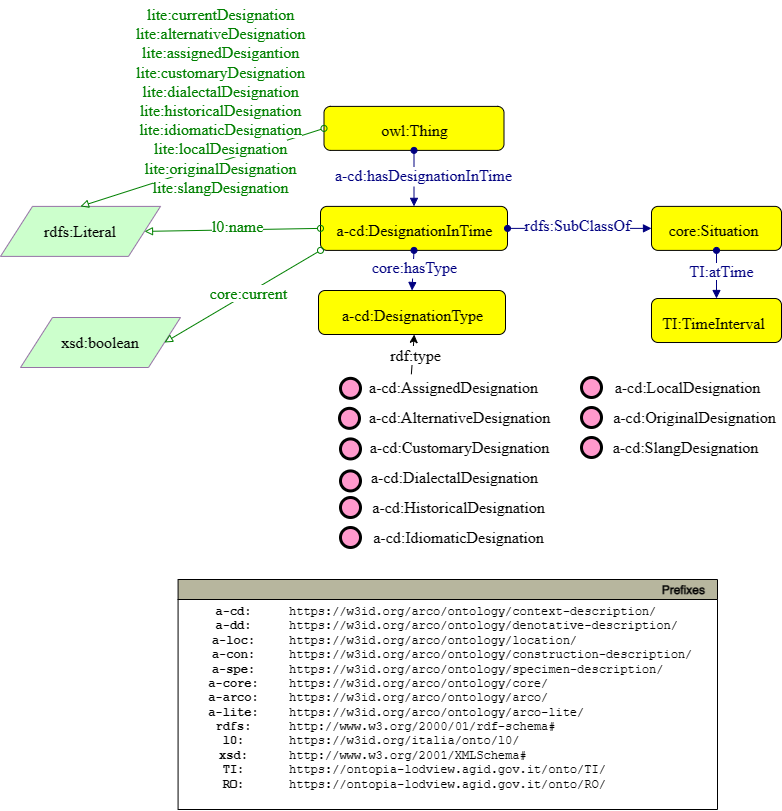
This is ArCo-release/test/2.0/DesignationInTime/DesignationInTime-Pattern.drawio.png from ICCD-MiBACT/ArCo, a draw.io export, as it was before one commit. Source tidied: cells renumbered, new cells last; positions are measured from the earlier drawing's top-left corner, leaving out a move shared by most shapes.
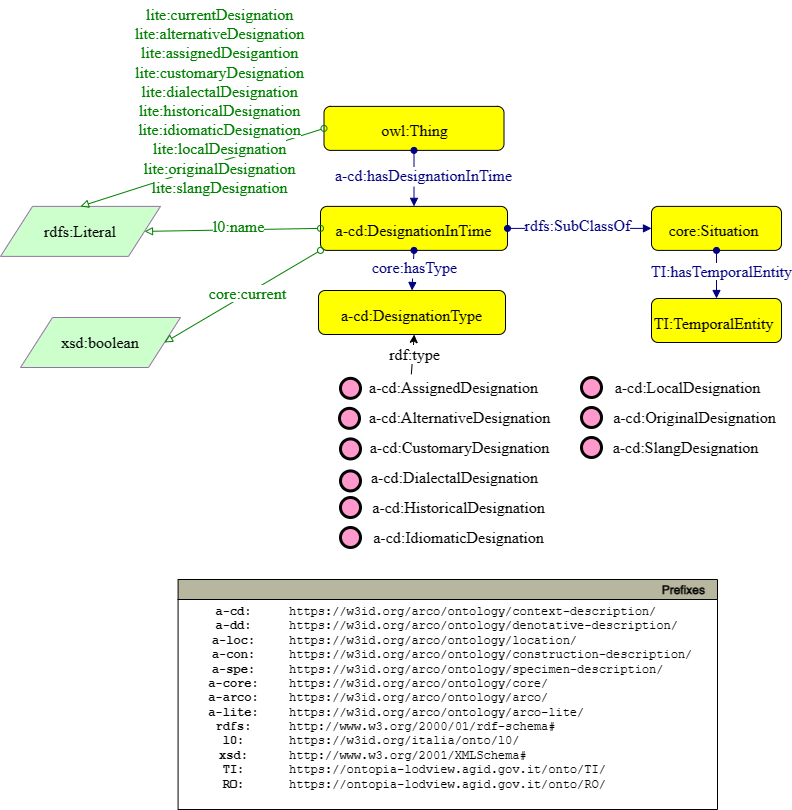
Later version of the same file.

Diff of the diagram source:
```diff
@@ -143,13 +143,13 @@
     <mxCell id="43" style="graphMlID=n4;shape=rect;rounded=1;arcsize=30;fillColor=#ffff00;strokeColor=#000000;strokeWidth=1.0;" parent="1" vertex="1">
       <mxGeometry x="651" y="192" width="130" height="44" as="geometry" />
     </mxCell>
-    <mxCell id="44" value="TI:TimeInterval" style="text;html=1;spacing=0;align=center;fontFamily=dialog;fontSize=16;fontStyle=0;fontColor=#000000;" parent="43" vertex="1">
+    <mxCell id="44" value="TI:TemporalEntity" style="text;html=1;spacing=0;align=center;fontFamily=dialog;fontSize=16;fontStyle=0;fontColor=#000000;" parent="43" vertex="1">
       <mxGeometry x="26.8" y="10.6" width="71.1" height="22.8" as="geometry" />
     </mxCell>
     <mxCell id="45" style="graphMlID=e0;rounded=0;endArrow=block;strokeColor=#000080;strokeWidth=1.0;startArrow=oval;startFill=1;endFill=1;exitX=0.5;exitY=1;exitDx=0;exitDy=0;entryX=0.5;entryY=0;entryDx=0;entryDy=0;" parent="1" edge="1" source="8" target="43">
       <mxGeometry relative="1" as="geometry" />
     </mxCell>
-    <mxCell id="46" value="&lt;span style=&quot;background-color: rgb(255 , 255 , 255)&quot;&gt;TI:atTime&lt;/span&gt;" style="text;html=1;spacing=0;align=center;fontFamily=dialog;fontSize=16;fontStyle=0;fontColor=#000080;" parent="45" vertex="1">
+    <mxCell id="46" value="&lt;span style=&quot;background-color: rgb(255 , 255 , 255)&quot;&gt;TI:hasTemporalEntity&lt;/span&gt;" style="text;html=1;spacing=0;align=center;fontFamily=dialog;fontSize=16;fontStyle=0;fontColor=#000080;" parent="45" vertex="1">
       <mxGeometry width="69" height="22.84" relative="1" as="geometry">
         <mxPoint x="-30" y="-17" as="offset" />
       </mxGeometry>
```
